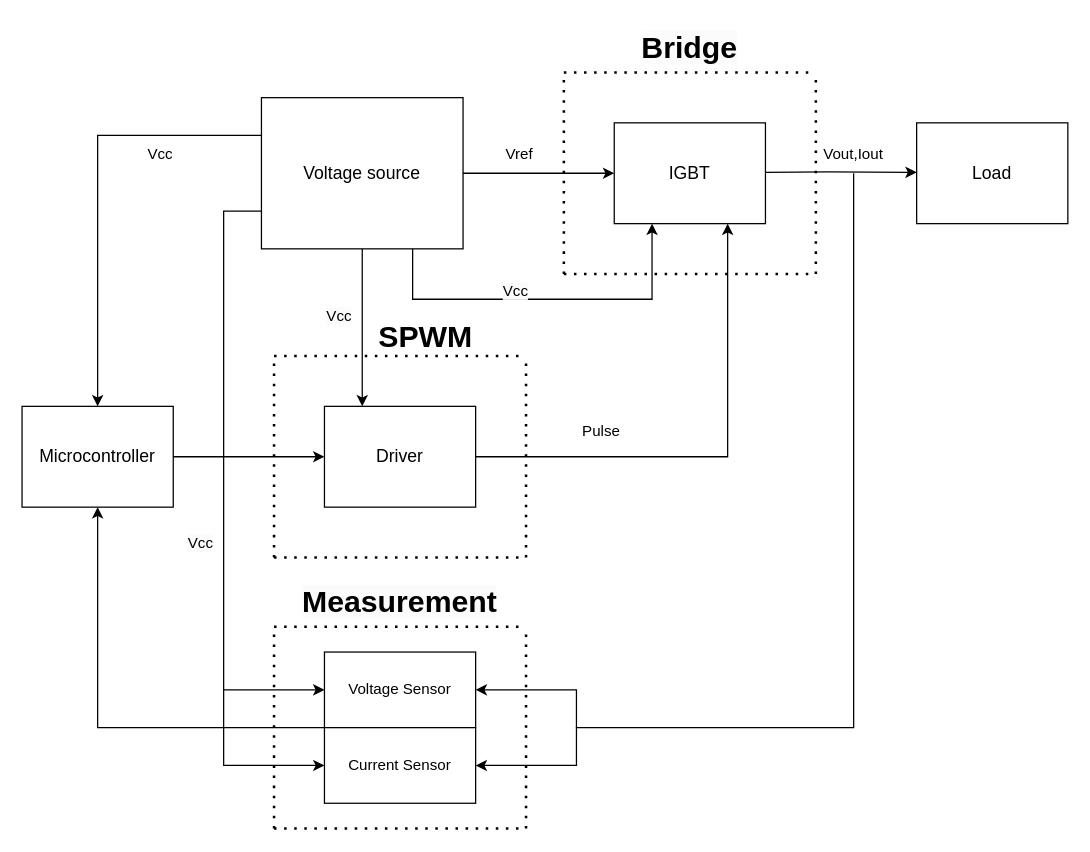
Before: DKS.drawio in K2ayzz/ForDrawIO, a draw.io diagram. Source tidied: cells renumbered, new cells numbered last; positions are measured from the earlier drawing's top-left corner, leaving out a move shared by most shapes. Both pictures are drawn from the tidied source at 126%, with x=0, y=0 at pixel (21, 21).
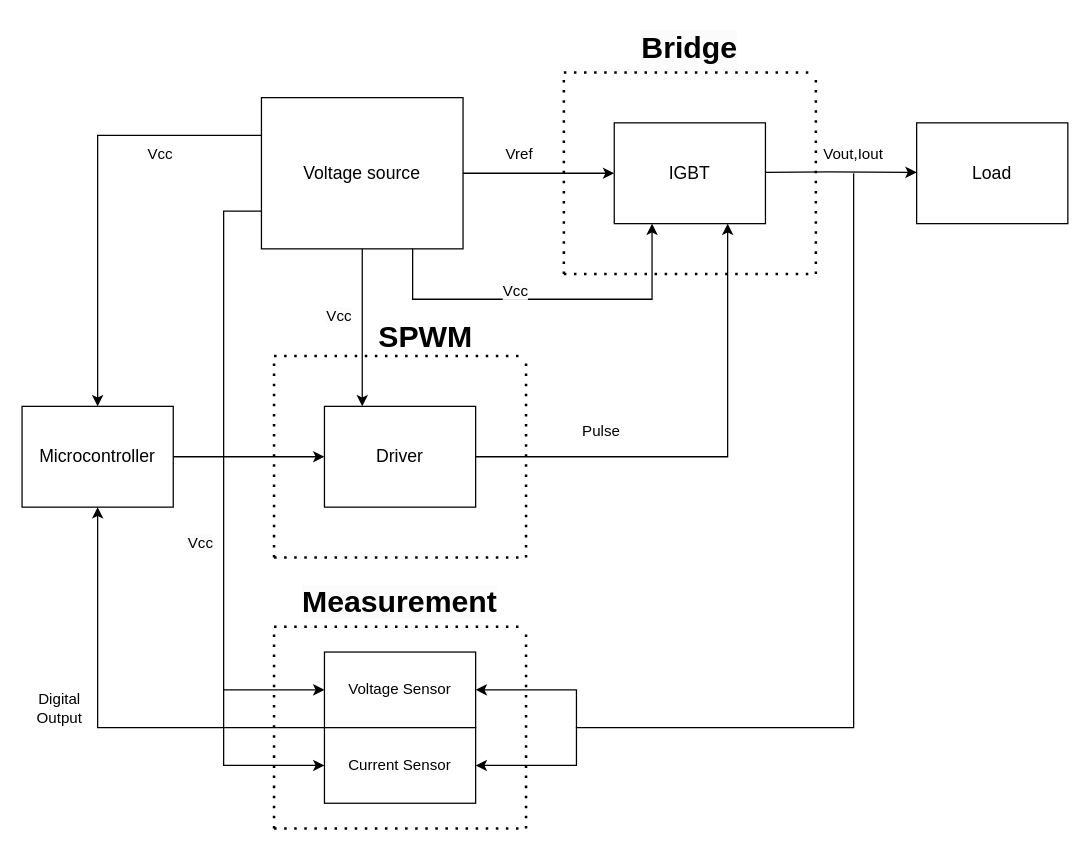
The same page after the edit.

Commit message (it also covers changes not shown here):
Cập nhật DKS.drawio

The edit, as a diff of the source:
```diff
@@
+    <mxCell id="37" value="Digital Output" style="text;html=1;strokeColor=none;fillColor=none;align=center;verticalAlign=middle;whiteSpace=wrap;rounded=0;" parent="1" vertex="1">
+      <mxGeometry y="530" width="60" height="30" as="geometry" />
+    </mxCell>
```
